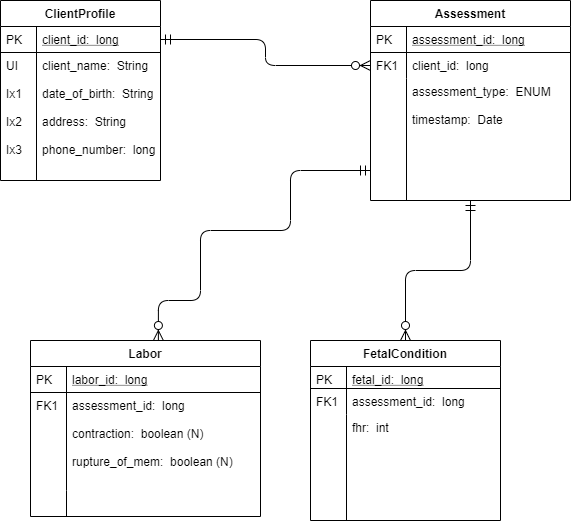
The draw.io diagram docs/april-erd.png in JACFlyer/april, before a commit. Source tidied: cells renumbered, new cells last; positions are measured from the earlier drawing's top-left corner, leaving out a move shared by most shapes. Source of this version:
```xml
<mxGraphModel>
  <root>
    <mxCell id="0" />
    <mxCell id="1" parent="0" />
    <mxCell id="2" value="ClientProfile" style="swimlane;fontStyle=1;horizontal=1;startSize=26;rounded=0;shadow=0;strokeWidth=1;" parent="1" vertex="1">
      <mxGeometry width="160" height="180" as="geometry" />
    </mxCell>
    <mxCell id="3" value="client_id:  long&#10;&#10;" style="shape=partialRectangle;top=0;left=0;right=0;bottom=1;align=left;verticalAlign=top;fillColor=none;spacingLeft=40;spacingRight=4;overflow=hidden;points=[[0,0.5],[1,0.5]];portConstraint=eastwest;rounded=0;shadow=0;strokeWidth=1;fontStyle=4;" parent="2" vertex="1">
      <mxGeometry y="26" width="160" height="26" as="geometry" />
    </mxCell>
    <mxCell id="4" value="PK" style="shape=partialRectangle;top=0;left=0;bottom=0;fillColor=none;align=left;verticalAlign=top;spacingLeft=4;spacingRight=4;overflow=hidden;" parent="3" vertex="1">
      <mxGeometry width="36" height="26" as="geometry" />
    </mxCell>
    <mxCell id="5" value="client_name:  String&#10;&#10;date_of_birth:  String&#10;&#10;address:  String&#10;&#10;phone_number:  long" style="shape=partialRectangle;top=0;left=0;right=0;bottom=0;align=left;verticalAlign=top;fillColor=none;spacingLeft=40;spacingRight=4;overflow=hidden;rounded=0;shadow=0;strokeWidth=1;" parent="2" vertex="1">
      <mxGeometry y="52" width="160" height="128" as="geometry" />
    </mxCell>
    <mxCell id="6" value="UI&#10;&#10;Ix1&#10;&#10;Ix2&#10;&#10;Ix3" style="shape=partialRectangle;top=0;left=0;bottom=0;fillColor=none;align=left;verticalAlign=top;spacingLeft=4;spacingRight=4;overflow=hidden;" parent="5" vertex="1">
      <mxGeometry width="36" height="128" as="geometry" />
    </mxCell>
    <mxCell id="7" value="Assessment" style="swimlane;fontStyle=1;horizontal=1;startSize=26;rounded=0;shadow=0;strokeWidth=1;" parent="1" vertex="1">
      <mxGeometry x="370" width="200" height="200" as="geometry" />
    </mxCell>
    <mxCell id="8" value="assessment_id:  long" style="shape=partialRectangle;top=0;left=0;right=0;bottom=1;align=left;verticalAlign=top;fillColor=none;spacingLeft=40;spacingRight=4;overflow=hidden;rounded=0;shadow=0;strokeWidth=1;fontStyle=4;" parent="7" vertex="1">
      <mxGeometry y="26" width="200" height="26" as="geometry" />
    </mxCell>
    <mxCell id="9" value="PK" style="shape=partialRectangle;top=0;left=0;bottom=0;fillColor=none;align=left;verticalAlign=top;spacingLeft=4;spacingRight=4;overflow=hidden;" parent="8" vertex="1">
      <mxGeometry width="36" height="26" as="geometry" />
    </mxCell>
    <mxCell id="10" value="client_id:  long" style="shape=partialRectangle;top=0;left=0;right=0;bottom=0;align=left;verticalAlign=top;fillColor=none;spacingLeft=40;spacingRight=4;overflow=hidden;points=[[0,0.5],[1,0.5]];portConstraint=eastwest;rounded=0;shadow=0;strokeWidth=1;" parent="7" vertex="1">
      <mxGeometry y="52" width="200" height="26" as="geometry" />
    </mxCell>
    <mxCell id="11" value="FK1" style="shape=partialRectangle;top=0;left=0;bottom=0;fillColor=none;align=left;verticalAlign=top;spacingLeft=4;spacingRight=4;overflow=hidden;" parent="10" vertex="1">
      <mxGeometry width="36" height="26" as="geometry" />
    </mxCell>
    <mxCell id="12" value="assessment_type:  ENUM &#10;&#10;timestamp:  Date" style="shape=partialRectangle;top=0;left=0;right=0;bottom=0;align=left;verticalAlign=top;fillColor=none;spacingLeft=40;spacingRight=4;overflow=hidden;rounded=0;shadow=0;strokeWidth=1;" parent="7" vertex="1">
      <mxGeometry y="78" width="200" height="122" as="geometry" />
    </mxCell>
    <mxCell id="13" style="shape=partialRectangle;top=0;left=0;bottom=0;fillColor=none;align=left;verticalAlign=top;spacingLeft=4;spacingRight=4;overflow=hidden;" parent="12" vertex="1">
      <mxGeometry width="36" height="122" as="geometry" />
    </mxCell>
    <mxCell id="14" style="edgeStyle=orthogonalEdgeStyle;endArrow=ERzeroToMany;startArrow=ERmandOne;shadow=0;strokeWidth=1;endSize=8;startSize=8;entryX=0;entryY=0.5;entryDx=0;entryDy=0;" parent="1" edge="1" source="3" target="10">
      <mxGeometry relative="1" as="geometry" />
    </mxCell>
    <mxCell id="15" value="FetalCondition" style="swimlane;fontStyle=1;horizontal=1;startSize=26;rounded=0;shadow=0;strokeWidth=1;" parent="1" vertex="1">
      <mxGeometry x="310" y="340" width="190" height="180" as="geometry" />
    </mxCell>
    <mxCell id="16" value="fetal_id:  long" style="shape=partialRectangle;top=0;left=0;right=0;bottom=1;align=left;verticalAlign=top;fillColor=none;spacingLeft=40;spacingRight=4;overflow=hidden;rounded=0;shadow=0;strokeWidth=1;fontStyle=4;" parent="15" vertex="1">
      <mxGeometry y="26" width="190" height="22" as="geometry" />
    </mxCell>
    <mxCell id="17" value="PK" style="shape=partialRectangle;top=0;left=0;bottom=0;fillColor=none;align=left;verticalAlign=top;spacingLeft=4;spacingRight=4;overflow=hidden;" parent="16" vertex="1">
      <mxGeometry width="36" height="22" as="geometry" />
    </mxCell>
    <mxCell id="18" value="assessment_id:  long&#10;&#10;heart_rate:  int&#10;&#10;movement:  boolean" style="shape=partialRectangle;top=0;left=0;right=0;bottom=0;align=left;verticalAlign=top;fillColor=none;spacingLeft=40;spacingRight=4;overflow=hidden;rounded=0;shadow=0;strokeWidth=1;" parent="15" vertex="1">
      <mxGeometry y="48" width="190" height="26" as="geometry" />
    </mxCell>
    <mxCell id="19" value="FK1" style="shape=partialRectangle;top=0;left=0;bottom=0;fillColor=none;align=left;verticalAlign=top;spacingLeft=4;spacingRight=4;overflow=hidden;" parent="18" vertex="1">
      <mxGeometry width="36" height="26" as="geometry" />
    </mxCell>
    <mxCell id="20" value="fhr:  int" style="shape=partialRectangle;top=0;left=0;right=0;bottom=0;align=left;verticalAlign=top;fillColor=none;spacingLeft=40;spacingRight=4;overflow=hidden;rounded=0;shadow=0;strokeWidth=1;" parent="15" vertex="1">
      <mxGeometry y="74" width="190" height="106" as="geometry" />
    </mxCell>
    <mxCell id="21" style="shape=partialRectangle;top=0;left=0;bottom=0;fillColor=none;align=left;verticalAlign=top;spacingLeft=4;spacingRight=4;overflow=hidden;" parent="20" vertex="1">
      <mxGeometry width="36" height="106" as="geometry" />
    </mxCell>
    <mxCell id="22" style="edgeStyle=orthogonalEdgeStyle;endArrow=ERzeroToMany;startArrow=ERmandOne;shadow=0;strokeWidth=1;endSize=8;startSize=8;" parent="1" edge="1" source="7" target="15">
      <mxGeometry relative="1" as="geometry" />
    </mxCell>
    <mxCell id="23" value="Labor" style="swimlane;fontStyle=1;horizontal=1;startSize=26;rounded=0;shadow=0;strokeWidth=1;" parent="1" vertex="1">
      <mxGeometry x="30" y="340" width="230" height="176" as="geometry" />
    </mxCell>
    <mxCell id="24" value="labor_id:  long" style="shape=partialRectangle;top=0;left=0;right=0;bottom=1;align=left;verticalAlign=top;fillColor=none;spacingLeft=40;spacingRight=4;overflow=hidden;rounded=0;shadow=0;strokeWidth=1;fontStyle=4;" parent="23" vertex="1">
      <mxGeometry y="26" width="230" height="26" as="geometry" />
    </mxCell>
    <mxCell id="25" value="PK" style="shape=partialRectangle;top=0;left=0;bottom=0;fillColor=none;align=left;verticalAlign=top;spacingLeft=4;spacingRight=4;overflow=hidden;" parent="24" vertex="1">
      <mxGeometry width="36" height="26" as="geometry" />
    </mxCell>
    <mxCell id="26" value="assessment_id:  long&#10;&#10;contraction:  boolean (N)&#10;&#10;rupture_of_mem:  boolean (N)" style="shape=partialRectangle;top=0;left=0;right=0;bottom=0;align=left;verticalAlign=top;fillColor=none;spacingLeft=40;spacingRight=4;overflow=hidden;rounded=0;shadow=0;strokeWidth=1;" parent="23" vertex="1">
      <mxGeometry y="52" width="230" height="98" as="geometry" />
    </mxCell>
    <mxCell id="27" value="FK1" style="shape=partialRectangle;top=0;left=0;bottom=0;fillColor=none;align=left;verticalAlign=top;spacingLeft=4;spacingRight=4;overflow=hidden;" parent="26" vertex="1">
      <mxGeometry width="36" height="98" as="geometry" />
    </mxCell>
    <mxCell id="28" style="shape=partialRectangle;top=0;left=0;right=0;bottom=0;align=left;verticalAlign=top;fillColor=none;spacingLeft=40;spacingRight=4;overflow=hidden;rounded=0;shadow=0;strokeWidth=1;" parent="23" vertex="1">
      <mxGeometry y="150" width="230" height="26" as="geometry" />
    </mxCell>
    <mxCell id="29" style="shape=partialRectangle;top=0;left=0;bottom=0;fillColor=none;align=left;verticalAlign=top;spacingLeft=4;spacingRight=4;overflow=hidden;" parent="28" vertex="1">
      <mxGeometry width="36" height="26" as="geometry" />
    </mxCell>
    <mxCell id="30" style="edgeStyle=orthogonalEdgeStyle;endArrow=ERzeroToMany;startArrow=ERmandOne;shadow=0;strokeWidth=1;endSize=8;startSize=8;entryX=0.556;entryY=0;entryDx=0;entryDy=0;entryPerimeter=0;" parent="1" edge="1" target="23">
      <mxGeometry relative="1" as="geometry">
        <mxPoint x="370" y="170" as="sourcePoint" />
        <Array as="points">
          <mxPoint x="290" y="170" />
          <mxPoint x="290" y="230" />
          <mxPoint x="200" y="230" />
          <mxPoint x="200" y="300" />
          <mxPoint x="158" y="300" />
        </Array>
      </mxGeometry>
    </mxCell>
  </root>
</mxGraphModel>
```
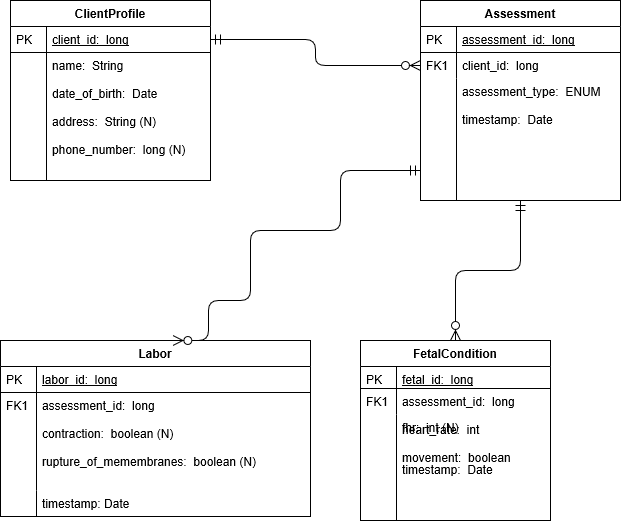
Later version of the same file.

What changed in the source:
```diff
@@ -3,18 +3,18 @@
     <mxCell id="0" />
     <mxCell id="1" parent="0" />
     <mxCell id="2" value="ClientProfile" style="swimlane;fontStyle=1;horizontal=1;startSize=26;rounded=0;shadow=0;strokeWidth=1;" parent="1" vertex="1">
-      <mxGeometry width="160" height="180" as="geometry" />
+      <mxGeometry x="-40" width="200" height="180" as="geometry" />
     </mxCell>
     <mxCell id="3" value="client_id:  long&#10;&#10;" style="shape=partialRectangle;top=0;left=0;right=0;bottom=1;align=left;verticalAlign=top;fillColor=none;spacingLeft=40;spacingRight=4;overflow=hidden;points=[[0,0.5],[1,0.5]];portConstraint=eastwest;rounded=0;shadow=0;strokeWidth=1;fontStyle=4;" parent="2" vertex="1">
-      <mxGeometry y="26" width="160" height="26" as="geometry" />
+      <mxGeometry y="26" width="200" height="26" as="geometry" />
     </mxCell>
     <mxCell id="4" value="PK" style="shape=partialRectangle;top=0;left=0;bottom=0;fillColor=none;align=left;verticalAlign=top;spacingLeft=4;spacingRight=4;overflow=hidden;" parent="3" vertex="1">
       <mxGeometry width="36" height="26" as="geometry" />
     </mxCell>
-    <mxCell id="5" value="client_name:  String&#10;&#10;date_of_birth:  String&#10;&#10;address:  String&#10;&#10;phone_number:  long" style="shape=partialRectangle;top=0;left=0;right=0;bottom=0;align=left;verticalAlign=top;fillColor=none;spacingLeft=40;spacingRight=4;overflow=hidden;rounded=0;shadow=0;strokeWidth=1;" parent="2" vertex="1">
-      <mxGeometry y="52" width="160" height="128" as="geometry" />
+    <mxCell id="5" value="name:  String&#10;&#10;date_of_birth:  Date&#10;&#10;address:  String (N)&#10;&#10;phone_number:  long (N)" style="shape=partialRectangle;top=0;left=0;right=0;bottom=0;align=left;verticalAlign=top;fillColor=none;spacingLeft=40;spacingRight=4;overflow=hidden;rounded=0;shadow=0;strokeWidth=1;" parent="2" vertex="1">
+      <mxGeometry y="52" width="200" height="128" as="geometry" />
     </mxCell>
-    <mxCell id="6" value="UI&#10;&#10;Ix1&#10;&#10;Ix2&#10;&#10;Ix3" style="shape=partialRectangle;top=0;left=0;bottom=0;fillColor=none;align=left;verticalAlign=top;spacingLeft=4;spacingRight=4;overflow=hidden;" parent="5" vertex="1">
+    <mxCell id="6" style="shape=partialRectangle;top=0;left=0;bottom=0;fillColor=none;align=left;verticalAlign=top;spacingLeft=4;spacingRight=4;overflow=hidden;" parent="5" vertex="1">
       <mxGeometry width="36" height="128" as="geometry" />
     </mxCell>
     <mxCell id="7" value="Assessment" style="swimlane;fontStyle=1;horizontal=1;startSize=26;rounded=0;shadow=0;strokeWidth=1;" parent="1" vertex="1">
@@ -56,7 +56,7 @@
     <mxCell id="19" value="FK1" style="shape=partialRectangle;top=0;left=0;bottom=0;fillColor=none;align=left;verticalAlign=top;spacingLeft=4;spacingRight=4;overflow=hidden;" parent="18" vertex="1">
       <mxGeometry width="36" height="26" as="geometry" />
     </mxCell>
-    <mxCell id="20" value="fhr:  int" style="shape=partialRectangle;top=0;left=0;right=0;bottom=0;align=left;verticalAlign=top;fillColor=none;spacingLeft=40;spacingRight=4;overflow=hidden;rounded=0;shadow=0;strokeWidth=1;" parent="15" vertex="1">
+    <mxCell id="20" value="fhr:  int (N)&#10;&#10;&#10;timestamp:  Date" style="shape=partialRectangle;top=0;left=0;right=0;bottom=0;align=left;verticalAlign=top;fillColor=none;spacingLeft=40;spacingRight=4;overflow=hidden;rounded=0;shadow=0;strokeWidth=1;" parent="15" vertex="1">
       <mxGeometry y="74" width="190" height="106" as="geometry" />
     </mxCell>
     <mxCell id="21" style="shape=partialRectangle;top=0;left=0;bottom=0;fillColor=none;align=left;verticalAlign=top;spacingLeft=4;spacingRight=4;overflow=hidden;" parent="20" vertex="1">
@@ -66,22 +66,22 @@
       <mxGeometry relative="1" as="geometry" />
     </mxCell>
     <mxCell id="23" value="Labor" style="swimlane;fontStyle=1;horizontal=1;startSize=26;rounded=0;shadow=0;strokeWidth=1;" parent="1" vertex="1">
-      <mxGeometry x="30" y="340" width="230" height="176" as="geometry" />
+      <mxGeometry x="-50" y="340" width="310" height="176" as="geometry" />
     </mxCell>
     <mxCell id="24" value="labor_id:  long" style="shape=partialRectangle;top=0;left=0;right=0;bottom=1;align=left;verticalAlign=top;fillColor=none;spacingLeft=40;spacingRight=4;overflow=hidden;rounded=0;shadow=0;strokeWidth=1;fontStyle=4;" parent="23" vertex="1">
-      <mxGeometry y="26" width="230" height="26" as="geometry" />
+      <mxGeometry y="26" width="310" height="26" as="geometry" />
     </mxCell>
     <mxCell id="25" value="PK" style="shape=partialRectangle;top=0;left=0;bottom=0;fillColor=none;align=left;verticalAlign=top;spacingLeft=4;spacingRight=4;overflow=hidden;" parent="24" vertex="1">
       <mxGeometry width="36" height="26" as="geometry" />
     </mxCell>
-    <mxCell id="26" value="assessment_id:  long&#10;&#10;contraction:  boolean (N)&#10;&#10;rupture_of_mem:  boolean (N)" style="shape=partialRectangle;top=0;left=0;right=0;bottom=0;align=left;verticalAlign=top;fillColor=none;spacingLeft=40;spacingRight=4;overflow=hidden;rounded=0;shadow=0;strokeWidth=1;" parent="23" vertex="1">
-      <mxGeometry y="52" width="230" height="98" as="geometry" />
+    <mxCell id="26" value="assessment_id:  long&#10;&#10;contraction:  boolean (N)&#10;&#10;rupture_of_memembranes:  boolean (N)&#10;&#10;&#10;timestamp: Date" style="shape=partialRectangle;top=0;left=0;right=0;bottom=0;align=left;verticalAlign=top;fillColor=none;spacingLeft=40;spacingRight=4;overflow=hidden;rounded=0;shadow=0;strokeWidth=1;" parent="23" vertex="1">
+      <mxGeometry y="52" width="310" height="98" as="geometry" />
     </mxCell>
     <mxCell id="27" value="FK1" style="shape=partialRectangle;top=0;left=0;bottom=0;fillColor=none;align=left;verticalAlign=top;spacingLeft=4;spacingRight=4;overflow=hidden;" parent="26" vertex="1">
       <mxGeometry width="36" height="98" as="geometry" />
     </mxCell>
     <mxCell id="28" style="shape=partialRectangle;top=0;left=0;right=0;bottom=0;align=left;verticalAlign=top;fillColor=none;spacingLeft=40;spacingRight=4;overflow=hidden;rounded=0;shadow=0;strokeWidth=1;" parent="23" vertex="1">
-      <mxGeometry y="150" width="230" height="26" as="geometry" />
+      <mxGeometry y="150" width="310" height="26" as="geometry" />
     </mxCell>
     <mxCell id="29" style="shape=partialRectangle;top=0;left=0;bottom=0;fillColor=none;align=left;verticalAlign=top;spacingLeft=4;spacingRight=4;overflow=hidden;" parent="28" vertex="1">
       <mxGeometry width="36" height="26" as="geometry" />
```
